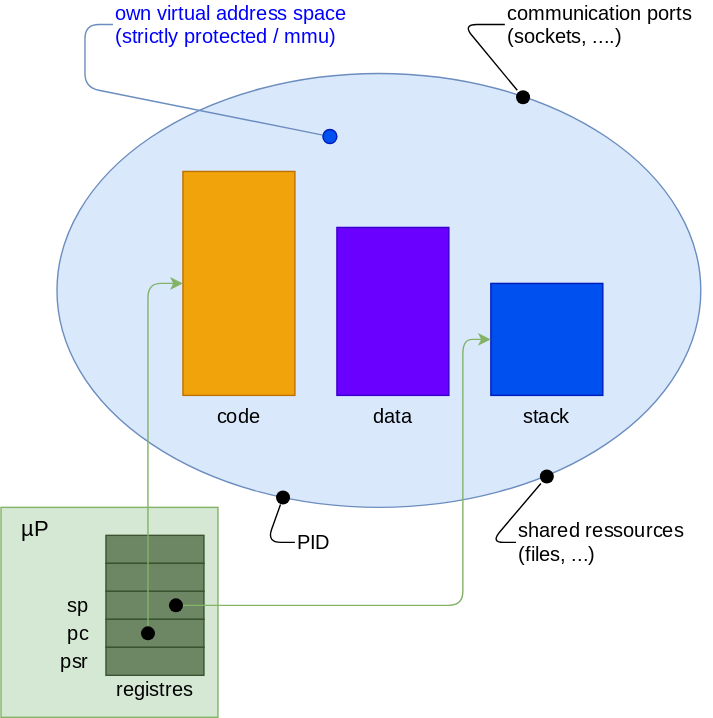
The draw.io diagram docs/lecture/programmation-systeme/ordonnanceur/img/model.drawio.svg in mse-csel/website, before a commit. Source tidied: cells renumbered, new cells last; positions are measured from the earlier drawing's top-left corner, leaving out a move shared by most shapes.
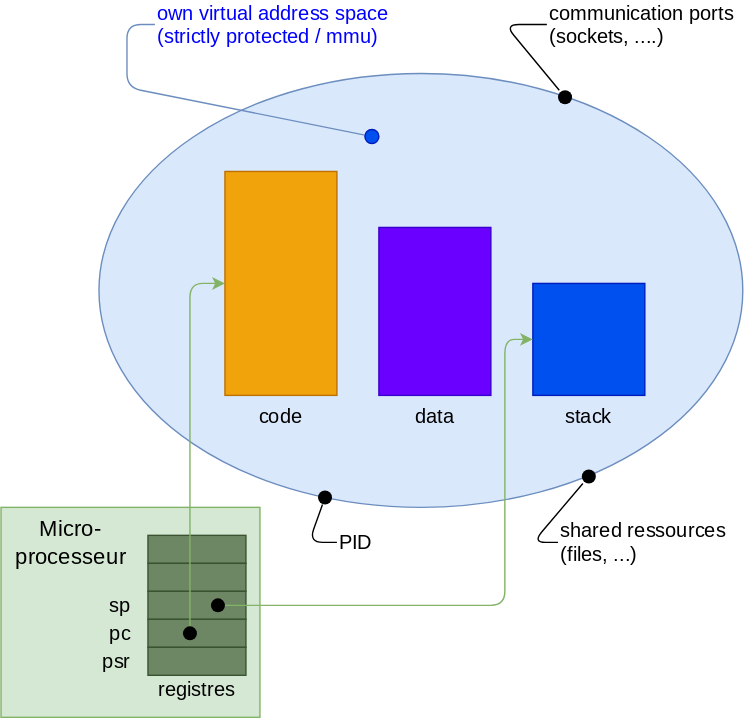
Later version of the same file.

Change to the diagram source:
```diff
@@ -78,7 +78,7 @@
       <mxGeometry x="210" y="370" width="53" height="30" as="geometry" />
     </mxCell>
     <mxCell id="21" style="rounded=0;whiteSpace=wrap;html=1;fontFamily=Roboto;fontSource=https%3A%2F%2Ffonts.googleapis.com%2Fcss%3Ffamily%3DRoboto;fontSize=14;fillColor=#d5e8d4;strokeColor=#82b366;" parent="1" vertex="1">
-      <mxGeometry y="360" width="155" height="150" as="geometry" />
+      <mxGeometry x="-30" y="360" width="185" height="150" as="geometry" />
     </mxCell>
     <mxCell id="22" style="rounded=0;whiteSpace=wrap;html=1;fontFamily=Roboto;fontSource=https%3A%2F%2Ffonts.googleapis.com%2Fcss%3Ffamily%3DRoboto;fontSize=14;fillColor=#6d8764;fontColor=#ffffff;strokeColor=#3A5431;" parent="1" vertex="1">
       <mxGeometry x="75" y="380" width="70" height="20" as="geometry" />
@@ -107,8 +107,8 @@
     <mxCell id="30" value="registres" style="text;html=1;strokeColor=none;fillColor=none;align=center;verticalAlign=middle;whiteSpace=wrap;rounded=0;fontFamily=Roboto;fontSource=https%3A%2F%2Ffonts.googleapis.com%2Fcss%3Ffamily%3DRoboto;fontSize=14;" parent="1" vertex="1">
       <mxGeometry x="75" y="480" width="70" height="20" as="geometry" />
     </mxCell>
-    <mxCell id="31" value="µP" style="text;html=1;strokeColor=none;fillColor=none;align=center;verticalAlign=middle;whiteSpace=wrap;rounded=0;fontFamily=Roboto;fontSource=https%3A%2F%2Ffonts.googleapis.com%2Fcss%3Ffamily%3DRoboto;fontSize=16;" parent="1" vertex="1">
-      <mxGeometry y="360" width="50" height="30" as="geometry" />
+    <mxCell id="31" value="Micro-&lt;br&gt;processeur" style="text;html=1;strokeColor=none;fillColor=none;align=center;verticalAlign=middle;whiteSpace=wrap;rounded=0;fontFamily=Roboto;fontSource=https%3A%2F%2Ffonts.googleapis.com%2Fcss%3Ffamily%3DRoboto;fontSize=16;" parent="1" vertex="1">
+      <mxGeometry x="-30" y="365" width="100" height="40" as="geometry" />
     </mxCell>
     <mxCell id="32" style="edgeStyle=none;html=1;exitX=1;exitY=0.5;exitDx=0;exitDy=0;entryX=0;entryY=0.5;entryDx=0;entryDy=0;fontFamily=Roboto;fontSource=https%3A%2F%2Ffonts.googleapis.com%2Fcss%3Ffamily%3DRoboto;fontSize=14;endArrow=classic;endFill=1;rounded=1;startArrow=none;startFill=0;fillColor=#d5e8d4;strokeColor=#82b366;" parent="1" edge="1" source="33" target="5">
       <mxGeometry relative="1" as="geometry">
```
